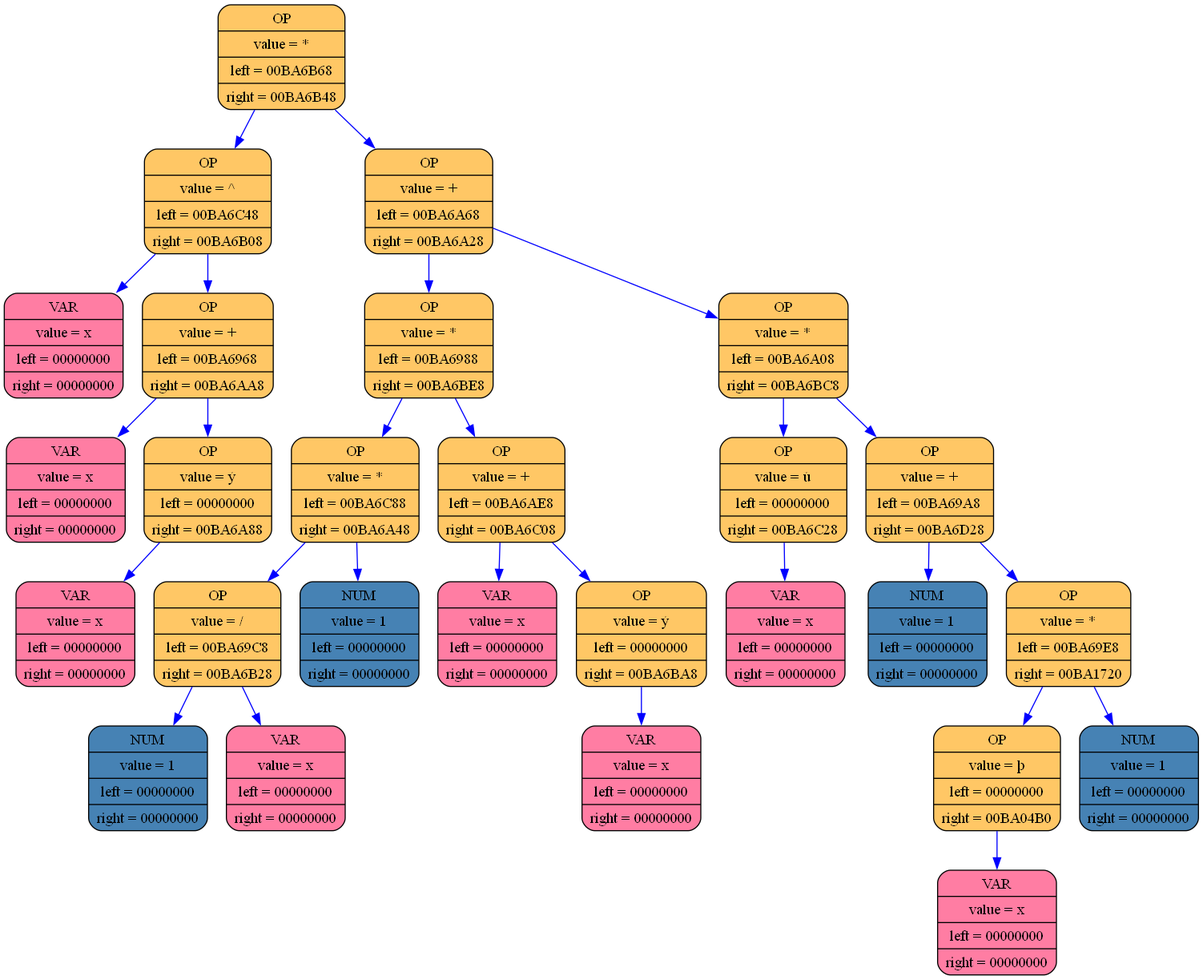
aywert/DIFFERENCIATOR keeps this Graphviz diagram as log_folder_differenciator/differenciator_graph.png. Above is the earlier version. Its source is kept beside it as log_folder_differenciator/differenciator_graph.dot.
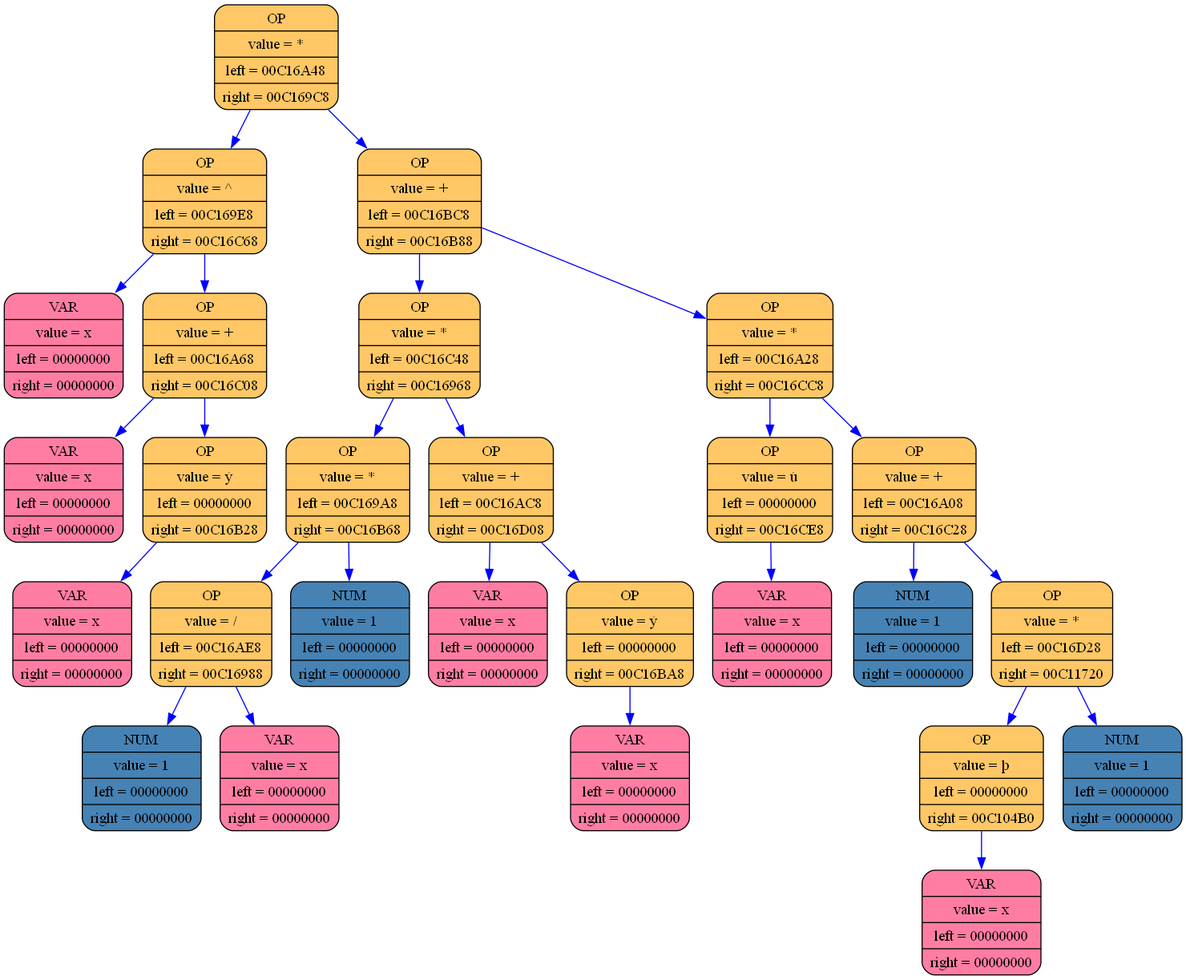
After the commit.

What changed in the source:
```diff
@@ -1,57 +1,57 @@
 digraph list
 {
 rankdir=HR;
-	12217232 [shape = Mrecord; style = filled; fillcolor="#ffc765"; color = "#000000"; fontcolor = "#000000"; label = "{ OP | value = * | left = 00BA6B68| right = 00BA6B48}"];
-	12217232 -> 12217200 [color="blue"]
-	12217200 [shape = Mrecord; style = filled; fillcolor="#ffc765"; color = "#000000"; fontcolor = "#000000"; label = "{ OP | value = ^ | left = 00BA6C48| right = 00BA6B08}"];
-	12217200 -> 12217424 [color="blue"]
-	12217424 [shape = Mrecord; style = filled; fillcolor="#ff7da3"; color = "#000000"; fontcolor = "#000000"; label = "{ VAR | value = x | left = 00000000| right = 00000000}"];
-	12217200 -> 12217104 [color="blue"]
-	12217104 [shape = Mrecord; style = filled; fillcolor="#ffc765"; color = "#000000"; fontcolor = "#000000"; label = "{ OP | value = + | left = 00BA6968| right = 00BA6AA8}"];
-	12217104 -> 12216688 [color="blue"]
-	12216688 [shape = Mrecord; style = filled; fillcolor="#ff7da3"; color = "#000000"; fontcolor = "#000000"; label = "{ VAR | value = x | left = 00000000| right = 00000000}"];
-	12217104 -> 12217008 [color="blue"]
-	12217008 [shape = Mrecord; style = filled; fillcolor="#ffc765"; color = "#000000"; fontcolor = "#000000"; label = "{ OP | value = ý | left = 00000000| right = 00BA6A88}"];
-	12217008 -> 12216976 [color="blue"]
-	12216976 [shape = Mrecord; style = filled; fillcolor="#ff7da3"; color = "#000000"; fontcolor = "#000000"; label = "{ VAR | value = x | left = 00000000| right = 00000000}"];
-	12217232 -> 12217168 [color="blue"]
-	12217168 [shape = Mrecord; style = filled; fillcolor="#ffc765"; color = "#000000"; fontcolor = "#000000"; label = "{ OP | value = + | left = 00BA6A68| right = 00BA6A28}"];
-	12217168 -> 12216944 [color="blue"]
-	12216944 [shape = Mrecord; style = filled; fillcolor="#ffc765"; color = "#000000"; fontcolor = "#000000"; label = "{ OP | value = * | left = 00BA6988| right = 00BA6BE8}"];
-	12216944 -> 12216720 [color="blue"]
-	12216720 [shape = Mrecord; style = filled; fillcolor="#ffc765"; color = "#000000"; fontcolor = "#000000"; label = "{ OP | value = * | left = 00BA6C88| right = 00BA6A48}"];
-	12216720 -> 12217488 [color="blue"]
-	12217488 [shape = Mrecord; style = filled; fillcolor="#ffc765"; color = "#000000"; fontcolor = "#000000"; label = "{ OP | value = / | left = 00BA69C8| right = 00BA6B28}"];
-	12217488 -> 12216784 [color="blue"]
-	12216784 [shape = Mrecord; style = filled; fillcolor="#4682b4"; color = "#000000"; fontcolor = "#000000"; label = "{ NUM | value = 1 | left = 00000000| right = 00000000}"];
-	12217488 -> 12217136 [color="blue"]
-	12217136 [shape = Mrecord; style = filled; fillcolor="#ff7da3"; color = "#000000"; fontcolor = "#000000"; label = "{ VAR | value = x | left = 00000000| right = 00000000}"];
-	12216720 -> 12216912 [color="blue"]
-	12216912 [shape = Mrecord; style = filled; fillcolor="#4682b4"; color = "#000000"; fontcolor = "#000000"; label = "{ NUM | value = 1 | left = 00000000| right = 00000000}"];
-	12216944 -> 12217328 [color="blue"]
-	12217328 [shape = Mrecord; style = filled; fillcolor="#ffc765"; color = "#000000"; fontcolor = "#000000"; label = "{ OP | value = + | left = 00BA6AE8| right = 00BA6C08}"];
-	12217328 -> 12217072 [color="blue"]
-	12217072 [shape = Mrecord; style = filled; fillcolor="#ff7da3"; color = "#000000"; fontcolor = "#000000"; label = "{ VAR | value = x | left = 00000000| right = 00000000}"];
-	12217328 -> 12217360 [color="blue"]
-	12217360 [shape = Mrecord; style = filled; fillcolor="#ffc765"; color = "#000000"; fontcolor = "#000000"; label = "{ OP | value = ý | left = 00000000| right = 00BA6BA8}"];
-	12217360 -> 12217264 [color="blue"]
-	12217264 [shape = Mrecord; style = filled; fillcolor="#ff7da3"; color = "#000000"; fontcolor = "#000000"; label = "{ VAR | value = x | left = 00000000| right = 00000000}"];
-	12217168 -> 12216880 [color="blue"]
-	12216880 [shape = Mrecord; style = filled; fillcolor="#ffc765"; color = "#000000"; fontcolor = "#000000"; label = "{ OP | value = * | left = 00BA6A08| right = 00BA6BC8}"];
-	12216880 -> 12216848 [color="blue"]
-	12216848 [shape = Mrecord; style = filled; fillcolor="#ffc765"; color = "#000000"; fontcolor = "#000000"; label = "{ OP | value = ú | left = 00000000| right = 00BA6C28}"];
-	12216848 -> 12217392 [color="blue"]
-	12217392 [shape = Mrecord; style = filled; fillcolor="#ff7da3"; color = "#000000"; fontcolor = "#000000"; label = "{ VAR | value = x | left = 00000000| right = 00000000}"];
-	12216880 -> 12217296 [color="blue"]
-	12217296 [shape = Mrecord; style = filled; fillcolor="#ffc765"; color = "#000000"; fontcolor = "#000000"; label = "{ OP | value = + | left = 00BA69A8| right = 00BA6D28}"];
-	12217296 -> 12216752 [color="blue"]
-	12216752 [shape = Mrecord; style = filled; fillcolor="#4682b4"; color = "#000000"; fontcolor = "#000000"; label = "{ NUM | value = 1 | left = 00000000| right = 00000000}"];
-	12217296 -> 12217648 [color="blue"]
-	12217648 [shape = Mrecord; style = filled; fillcolor="#ffc765"; color = "#000000"; fontcolor = "#000000"; label = "{ OP | value = * | left = 00BA69E8| right = 00BA1720}"];
-	12217648 -> 12216816 [color="blue"]
-	12216816 [shape = Mrecord; style = filled; fillcolor="#ffc765"; color = "#000000"; fontcolor = "#000000"; label = "{ OP | value = þ | left = 00000000| right = 00BA04B0}"];
-	12216816 -> 12190904 [color="blue"]
-	12190904 [shape = Mrecord; style = filled; fillcolor="#ff7da3"; color = "#000000"; fontcolor = "#000000"; label = "{ VAR | value = x | left = 00000000| right = 00000000}"];
-	12217648 -> 12195624 [color="blue"]
-	12195624 [shape = Mrecord; style = filled; fillcolor="#4682b4"; color = "#000000"; fontcolor = "#000000"; label = "{ NUM | value = 1 | left = 00000000| right = 00000000}"];
+	12676240 [shape = Mrecord; style = filled; fillcolor="#ffc765"; color = "#000000"; fontcolor = "#000000"; label = "{ OP | value = * | left = 00C16A48| right = 00C169C8}"];
+	12676240 -> 12675664 [color="blue"]
+	12675664 [shape = Mrecord; style = filled; fillcolor="#ffc765"; color = "#000000"; fontcolor = "#000000"; label = "{ OP | value = ^ | left = 00C169E8| right = 00C16C68}"];
+	12675664 -> 12675568 [color="blue"]
+	12675568 [shape = Mrecord; style = filled; fillcolor="#ff7da3"; color = "#000000"; fontcolor = "#000000"; label = "{ VAR | value = x | left = 00000000| right = 00000000}"];
+	12675664 -> 12676208 [color="blue"]
+	12676208 [shape = Mrecord; style = filled; fillcolor="#ffc765"; color = "#000000"; fontcolor = "#000000"; label = "{ OP | value = + | left = 00C16A68| right = 00C16C08}"];
+	12676208 -> 12675696 [color="blue"]
+	12675696 [shape = Mrecord; style = filled; fillcolor="#ff7da3"; color = "#000000"; fontcolor = "#000000"; label = "{ VAR | value = x | left = 00000000| right = 00000000}"];
+	12676208 -> 12676112 [color="blue"]
+	12676112 [shape = Mrecord; style = filled; fillcolor="#ffc765"; color = "#000000"; fontcolor = "#000000"; label = "{ OP | value = ý | left = 00000000| right = 00C16B28}"];
+	12676112 -> 12675888 [color="blue"]
+	12675888 [shape = Mrecord; style = filled; fillcolor="#ff7da3"; color = "#000000"; fontcolor = "#000000"; label = "{ VAR | value = x | left = 00000000| right = 00000000}"];
+	12676240 -> 12675536 [color="blue"]
+	12675536 [shape = Mrecord; style = filled; fillcolor="#ffc765"; color = "#000000"; fontcolor = "#000000"; label = "{ OP | value = + | left = 00C16BC8| right = 00C16B88}"];
+	12675536 -> 12676048 [color="blue"]
+	12676048 [shape = Mrecord; style = filled; fillcolor="#ffc765"; color = "#000000"; fontcolor = "#000000"; label = "{ OP | value = * | left = 00C16C48| right = 00C16968}"];
+	12676048 -> 12676176 [color="blue"]
+	12676176 [shape = Mrecord; style = filled; fillcolor="#ffc765"; color = "#000000"; fontcolor = "#000000"; label = "{ OP | value = * | left = 00C169A8| right = 00C16B68}"];
+	12676176 -> 12675504 [color="blue"]
+	12675504 [shape = Mrecord; style = filled; fillcolor="#ffc765"; color = "#000000"; fontcolor = "#000000"; label = "{ OP | value = / | left = 00C16AE8| right = 00C16988}"];
+	12675504 -> 12675824 [color="blue"]
+	12675824 [shape = Mrecord; style = filled; fillcolor="#4682b4"; color = "#000000"; fontcolor = "#000000"; label = "{ NUM | value = 1 | left = 00000000| right = 00000000}"];
+	12675504 -> 12675472 [color="blue"]
+	12675472 [shape = Mrecord; style = filled; fillcolor="#ff7da3"; color = "#000000"; fontcolor = "#000000"; label = "{ VAR | value = x | left = 00000000| right = 00000000}"];
+	12676176 -> 12675952 [color="blue"]
+	12675952 [shape = Mrecord; style = filled; fillcolor="#4682b4"; color = "#000000"; fontcolor = "#000000"; label = "{ NUM | value = 1 | left = 00000000| right = 00000000}"];
+	12676048 -> 12675440 [color="blue"]
+	12675440 [shape = Mrecord; style = filled; fillcolor="#ffc765"; color = "#000000"; fontcolor = "#000000"; label = "{ OP | value = + | left = 00C16AC8| right = 00C16D08}"];
+	12675440 -> 12675792 [color="blue"]
+	12675792 [shape = Mrecord; style = filled; fillcolor="#ff7da3"; color = "#000000"; fontcolor = "#000000"; label = "{ VAR | value = x | left = 00000000| right = 00000000}"];
+	12675440 -> 12676368 [color="blue"]
+	12676368 [shape = Mrecord; style = filled; fillcolor="#ffc765"; color = "#000000"; fontcolor = "#000000"; label = "{ OP | value = ý | left = 00000000| right = 00C16BA8}"];
+	12676368 -> 12676016 [color="blue"]
+	12676016 [shape = Mrecord; style = filled; fillcolor="#ff7da3"; color = "#000000"; fontcolor = "#000000"; label = "{ VAR | value = x | left = 00000000| right = 00000000}"];
+	12675536 -> 12675984 [color="blue"]
+	12675984 [shape = Mrecord; style = filled; fillcolor="#ffc765"; color = "#000000"; fontcolor = "#000000"; label = "{ OP | value = * | left = 00C16A28| right = 00C16CC8}"];
+	12675984 -> 12675632 [color="blue"]
+	12675632 [shape = Mrecord; style = filled; fillcolor="#ffc765"; color = "#000000"; fontcolor = "#000000"; label = "{ OP | value = ú | left = 00000000| right = 00C16CE8}"];
+	12675632 -> 12676336 [color="blue"]
+	12676336 [shape = Mrecord; style = filled; fillcolor="#ff7da3"; color = "#000000"; fontcolor = "#000000"; label = "{ VAR | value = x | left = 00000000| right = 00000000}"];
+	12675984 -> 12676304 [color="blue"]
+	12676304 [shape = Mrecord; style = filled; fillcolor="#ffc765"; color = "#000000"; fontcolor = "#000000"; label = "{ OP | value = + | left = 00C16A08| right = 00C16C28}"];
+	12676304 -> 12675600 [color="blue"]
+	12675600 [shape = Mrecord; style = filled; fillcolor="#4682b4"; color = "#000000"; fontcolor = "#000000"; label = "{ NUM | value = 1 | left = 00000000| right = 00000000}"];
+	12676304 -> 12676144 [color="blue"]
+	12676144 [shape = Mrecord; style = filled; fillcolor="#ffc765"; color = "#000000"; fontcolor = "#000000"; label = "{ OP | value = * | left = 00C16D28| right = 00C11720}"];
+	12676144 -> 12676400 [color="blue"]
+	12676400 [shape = Mrecord; style = filled; fillcolor="#ffc765"; color = "#000000"; fontcolor = "#000000"; label = "{ OP | value = þ | left = 00000000| right = 00C104B0}"];
+	12676400 -> 12649656 [color="blue"]
+	12649656 [shape = Mrecord; style = filled; fillcolor="#ff7da3"; color = "#000000"; fontcolor = "#000000"; label = "{ VAR | value = x | left = 00000000| right = 00000000}"];
+	12676144 -> 12654376 [color="blue"]
+	12654376 [shape = Mrecord; style = filled; fillcolor="#4682b4"; color = "#000000"; fontcolor = "#000000"; label = "{ NUM | value = 1 | left = 00000000| right = 00000000}"];
 	}
```
